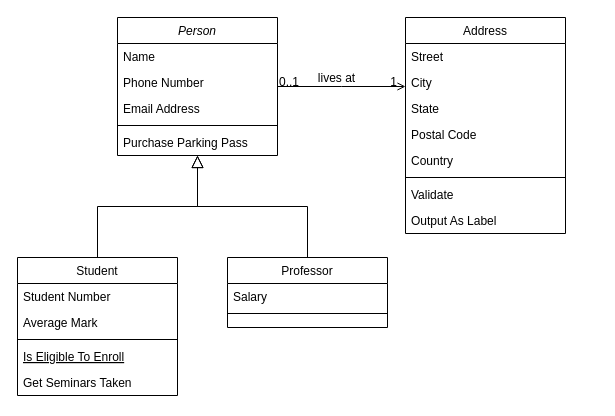
1brian987654/Learning keeps this draw.io diagram as design pattern demo/View/Untitled Diagram.drawio. Above is the earlier version. Source tidied: cells renumbered, new cells numbered last; positions are measured from the earlier drawing's top-left corner, leaving out a move shared by most shapes. Both pictures are drawn from the tidied source at 100%, with x=0, y=0 at pixel (17, 17).
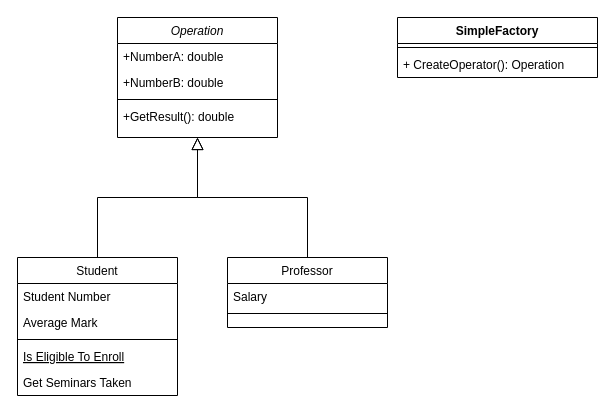
After the change.

Commit message:
大话设计模式.drawio

Change to the diagram source:
```diff
@@
-    <mxCell id="2" value="Person" style="swimlane;fontStyle=2;align=center;verticalAlign=top;horizontal=1;startSize=26;rounded=0;shadow=0;strokeWidth=1;" parent="1" vertex="1">
-      <mxGeometry x="100" width="160" height="138" as="geometry" />
+    <mxCell id="2" value="Operation" style="swimlane;fontStyle=2;align=center;verticalAlign=top;horizontal=1;startSize=26;rounded=0;shadow=0;strokeWidth=1;" parent="1" vertex="1">
+      <mxGeometry x="100" width="160" height="120" as="geometry" />
     </mxCell>
-    <mxCell id="3" value="Name" style="text;align=left;verticalAlign=top;spacingLeft=4;spacingRight=4;overflow=hidden;" parent="2" vertex="1">
+    <mxCell id="3" value="+NumberA: double" style="text;align=left;verticalAlign=top;spacingLeft=4;spacingRight=4;overflow=hidden;" parent="2" vertex="1">
       <mxGeometry y="26" width="160" height="26" as="geometry" />
     </mxCell>
-    <mxCell id="4" value="Phone Number" style="text;align=left;verticalAlign=top;spacingLeft=4;spacingRight=4;overflow=hidden;rounded=0;shadow=0;html=0;" parent="2" vertex="1">
+    <mxCell id="4" value="+NumberB: double" style="text;align=left;verticalAlign=top;spacingLeft=4;spacingRight=4;overflow=hidden;rounded=0;shadow=0;html=0;" parent="2" vertex="1">
       <mxGeometry y="52" width="160" height="26" as="geometry" />
     </mxCell>
-    <mxCell id="5" value="Email Address" style="text;align=left;verticalAlign=top;spacingLeft=4;spacingRight=4;overflow=hidden;rounded=0;shadow=0;html=0;" parent="2" vertex="1">
-      <mxGeometry y="78" width="160" height="26" as="geometry" />
-    </mxCell>
     <mxCell id="6" style="line;html=1;strokeWidth=1;align=left;verticalAlign=middle;spacingTop=-1;spacingLeft=3;spacingRight=3;labelPosition=right;" parent="2" vertex="1">
-      <mxGeometry y="104" width="160" height="8" as="geometry" />
+      <mxGeometry y="78" width="160" height="8" as="geometry" />
     </mxCell>
-    <mxCell id="7" value="Purchase Parking Pass" style="text;align=left;verticalAlign=top;spacingLeft=4;spacingRight=4;overflow=hidden;" parent="2" vertex="1">
-      <mxGeometry y="112" width="160" height="26" as="geometry" />
+    <mxCell id="7" value="+GetResult(): double" style="text;align=left;verticalAlign=top;spacingLeft=4;spacingRight=4;overflow=hidden;" parent="2" vertex="1">
+      <mxGeometry y="86" width="160" height="26" as="geometry" />
     </mxCell>
@@
-    <mxCell id="19" value="Address" style="swimlane;fontStyle=0;align=center;verticalAlign=top;horizontal=1;startSize=26;rounded=0;shadow=0;strokeWidth=1;" parent="1" vertex="1">
-      <mxGeometry x="388" width="160" height="216" as="geometry" />
-    </mxCell>
-    <mxCell id="20" value="Street" style="text;align=left;verticalAlign=top;spacingLeft=4;spacingRight=4;overflow=hidden;" parent="19" vertex="1">
-      <mxGeometry y="26" width="160" height="26" as="geometry" />
-    </mxCell>
-    <mxCell id="21" value="City" style="text;align=left;verticalAlign=top;spacingLeft=4;spacingRight=4;overflow=hidden;rounded=0;shadow=0;html=0;" parent="19" vertex="1">
-      <mxGeometry y="52" width="160" height="26" as="geometry" />
-    </mxCell>
-    <mxCell id="22" value="State" style="text;align=left;verticalAlign=top;spacingLeft=4;spacingRight=4;overflow=hidden;rounded=0;shadow=0;html=0;" parent="19" vertex="1">
-      <mxGeometry y="78" width="160" height="26" as="geometry" />
-    </mxCell>
-    <mxCell id="23" value="Postal Code" style="text;align=left;verticalAlign=top;spacingLeft=4;spacingRight=4;overflow=hidden;rounded=0;shadow=0;html=0;" parent="19" vertex="1">
-      <mxGeometry y="104" width="160" height="26" as="geometry" />
-    </mxCell>
-    <mxCell id="24" value="Country" style="text;align=left;verticalAlign=top;spacingLeft=4;spacingRight=4;overflow=hidden;rounded=0;shadow=0;html=0;" parent="19" vertex="1">
-      <mxGeometry y="130" width="160" height="26" as="geometry" />
-    </mxCell>
-    <mxCell id="25" style="line;html=1;strokeWidth=1;align=left;verticalAlign=middle;spacingTop=-1;spacingLeft=3;spacingRight=3;labelPosition=right;" parent="19" vertex="1">
-      <mxGeometry y="156" width="160" height="8" as="geometry" />
-    </mxCell>
-    <mxCell id="26" value="Validate" style="text;align=left;verticalAlign=top;spacingLeft=4;spacingRight=4;overflow=hidden;" parent="19" vertex="1">
-      <mxGeometry y="164" width="160" height="26" as="geometry" />
-    </mxCell>
-    <mxCell id="27" value="Output As Label" style="text;align=left;verticalAlign=top;spacingLeft=4;spacingRight=4;overflow=hidden;" parent="19" vertex="1">
-      <mxGeometry y="190" width="160" height="26" as="geometry" />
-    </mxCell>
-    <mxCell id="28" style="endArrow=open;shadow=0;strokeWidth=1;rounded=0;endFill=1;edgeStyle=elbowEdgeStyle;elbow=vertical;" parent="1" edge="1" source="2" target="19">
-      <mxGeometry x="0.5" y="41" relative="1" as="geometry">
-        <mxPoint x="-40" y="32" as="offset" />
-      </mxGeometry>
-    </mxCell>
-    <mxCell id="29" value="0..1" style="align=left;verticalAlign=bottom;labelBackgroundColor=none;fontSize=12;" parent="28" vertex="1">
-      <mxGeometry x="-1" relative="1" as="geometry">
-        <mxPoint y="4" as="offset" />
-      </mxGeometry>
-    </mxCell>
-    <mxCell id="30" value="1" style="align=right;verticalAlign=bottom;labelBackgroundColor=none;fontSize=12;" parent="28" vertex="1">
-      <mxGeometry x="1" relative="1" as="geometry">
-        <mxPoint x="-7" y="4" as="offset" />
-      </mxGeometry>
-    </mxCell>
-    <mxCell id="31" value="lives at" style="text;html=1;align=center;verticalAlign=middle;labelBackgroundColor=none;rounded=0;shadow=0;strokeWidth=1;fontSize=12;" parent="28" vertex="1">
-      <mxGeometry x="0.5" y="49" relative="1" as="geometry">
-        <mxPoint x="-38" y="40" as="offset" />
-      </mxGeometry>
-    </mxCell>
+    <mxCell id="32" value="SimpleFactory" style="swimlane;fontStyle=1;align=center;verticalAlign=top;horizontal=1;startSize=26;whiteSpace=wrap;html=1;" parent="1" vertex="1">
+      <mxGeometry x="380" width="200" height="60" as="geometry" />
+    </mxCell>
+    <mxCell id="33" style="line;strokeWidth=1;fillColor=none;align=left;verticalAlign=middle;spacingTop=-1;spacingLeft=3;spacingRight=3;labelPosition=right;strokeColor=inherit;" parent="32" vertex="1">
+      <mxGeometry y="26" width="200" height="8" as="geometry" />
+    </mxCell>
+    <mxCell id="34" value="+ CreateOperator(): Operation" style="text;strokeColor=none;fillColor=none;align=left;verticalAlign=top;spacingLeft=4;spacingRight=4;overflow=hidden;whiteSpace=wrap;html=1;" parent="32" vertex="1">
+      <mxGeometry y="34" width="200" height="26" as="geometry" />
+    </mxCell>
```
